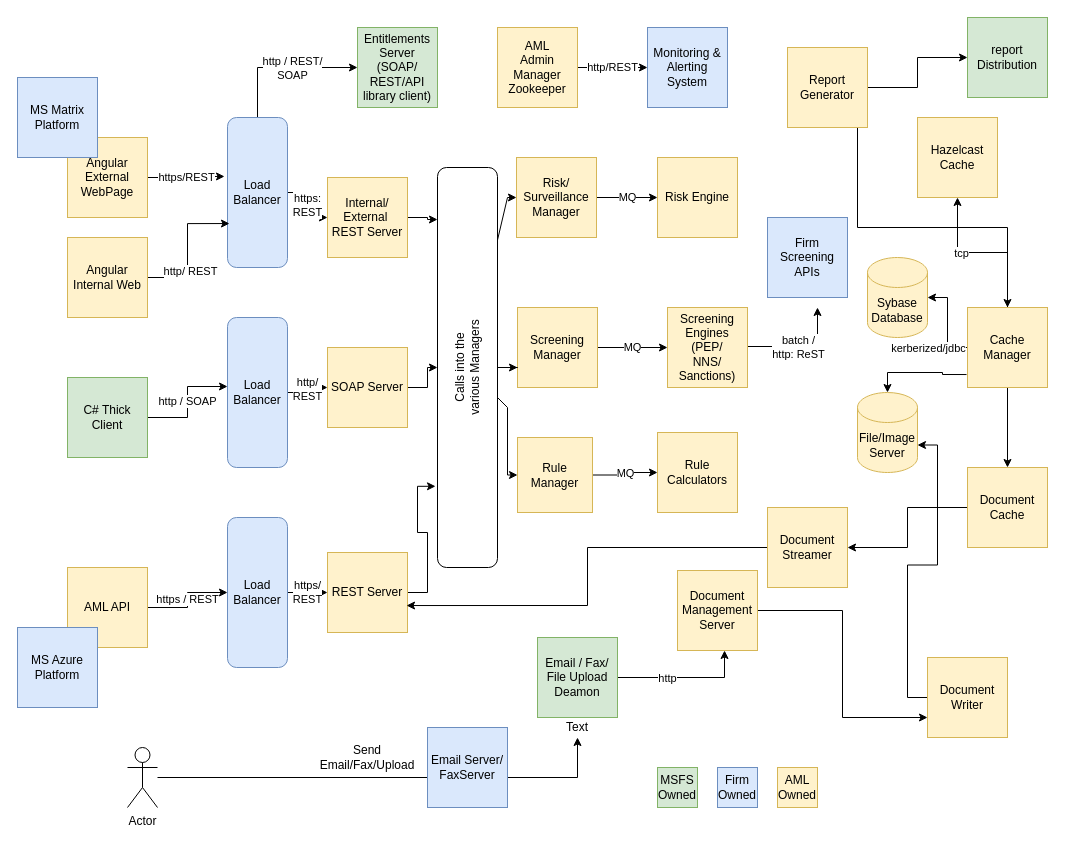
This is page "Page-1" (1 of 3) of src/systemdesign/AMLFlow.drawio from vaibhavsabnis/problem_practise, a draw.io file, before an edit. Source tidied: cells renumbered, new cells numbered last; positions are measured from the earlier drawing's top-left corner, leaving out a move shared by most shapes. Both pictures are drawn from the tidied source at 100%, with x=0, y=0 at pixel (17, 17).
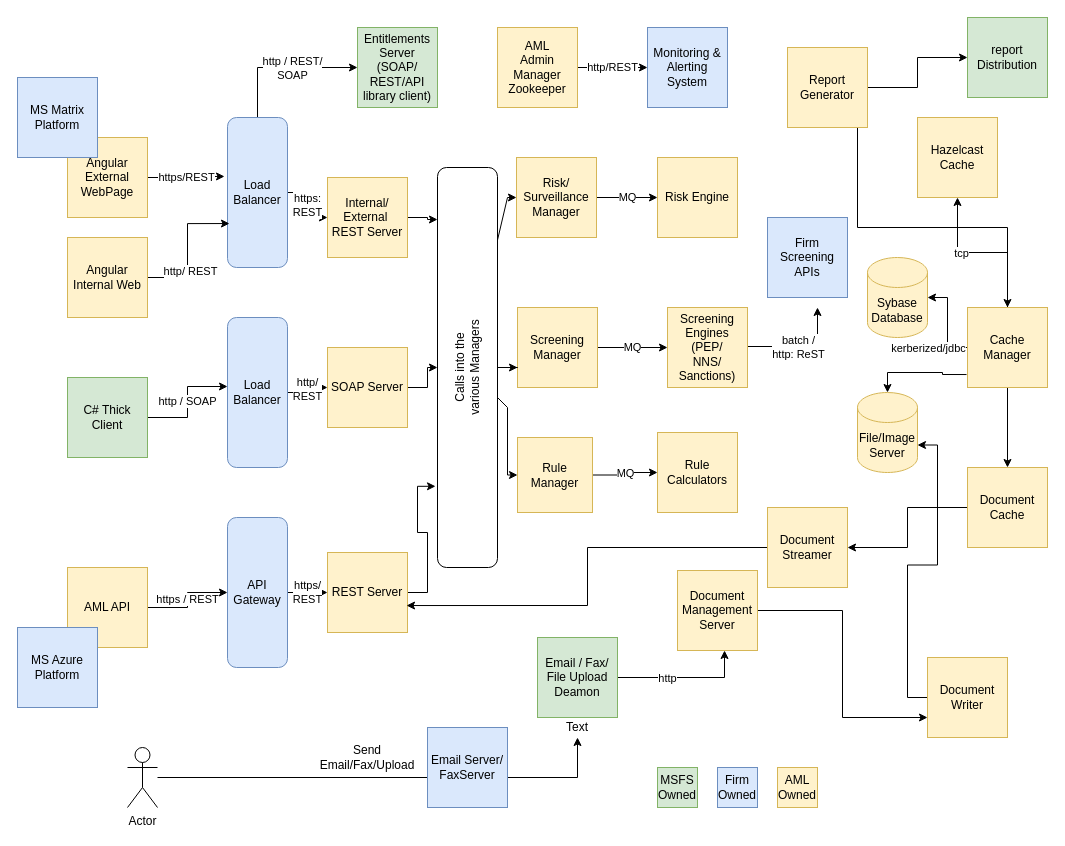
After the change.

Change to the diagram source:
```diff
@@
-    <mxCell id="16" value="Load Balancer" style="rounded=1;whiteSpace=wrap;html=1;direction=south;fillColor=#dae8fc;strokeColor=#6c8ebf;" parent="1" vertex="1">
+    <mxCell id="16" value="API Gateway" style="rounded=1;whiteSpace=wrap;html=1;direction=south;fillColor=#dae8fc;strokeColor=#6c8ebf;" parent="1" vertex="1">
       <mxGeometry x="210" y="500" width="60" height="150" as="geometry" />
     </mxCell>
```
